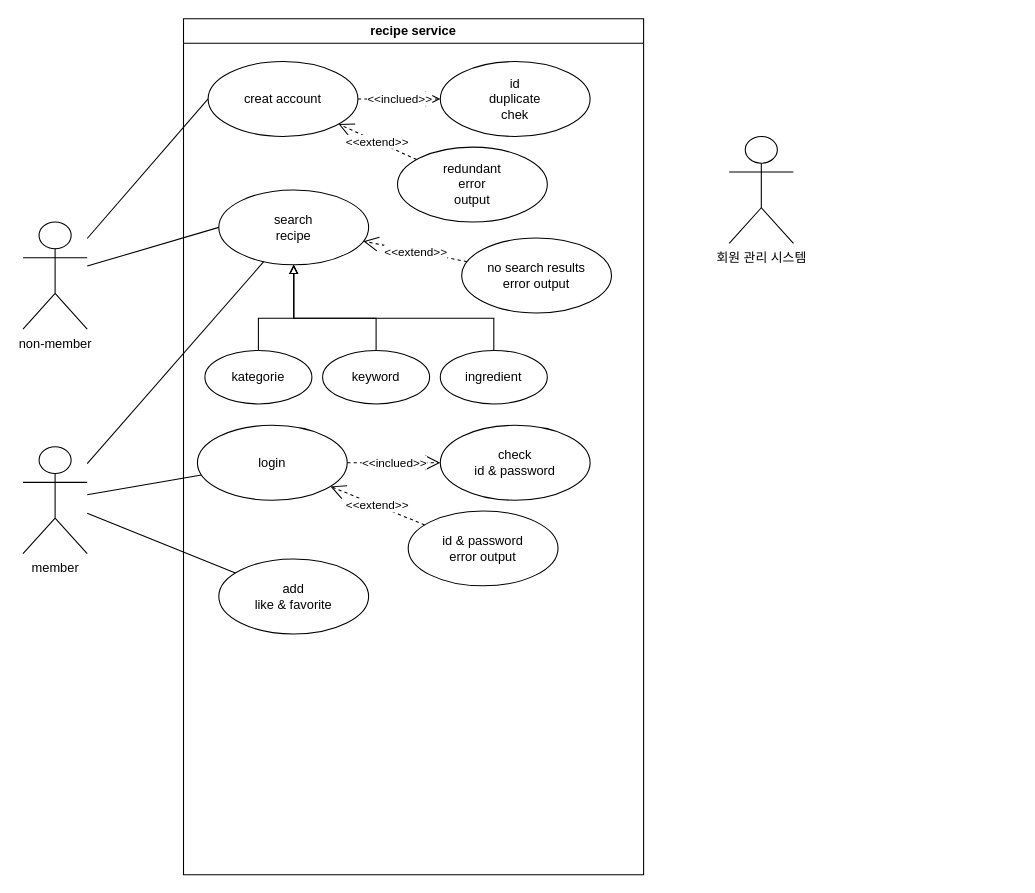
The draw.io diagram sw1.drawio in sunmoon-food-recipe/food-recipe, before the edit. Source tidied: cells renumbered, new cells numbered last; positions are measured from the earlier drawing's top-left corner, leaving out a move shared by most shapes. Both pictures are drawn from the tidied source at 107%, with x=0, y=0 at pixel (22, 18).
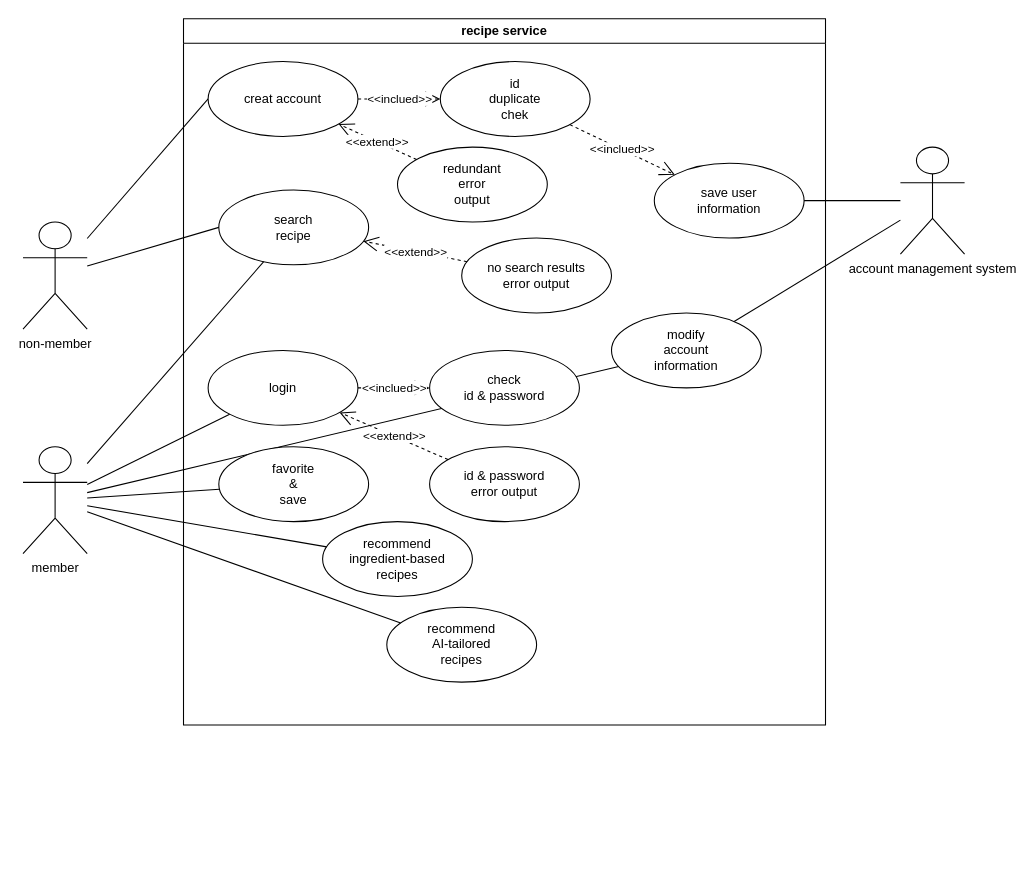
The same diagram, later.

Unchanged cells that the change refers to:
```xml
<mxCell id="6" value="id&lt;br&gt;duplicate&lt;br&gt;chek" style="ellipse;whiteSpace=wrap;html=1;" parent="4" vertex="1">
  <mxGeometry x="240" y="40" width="140" height="70" as="geometry" />
</mxCell>
<mxCell id="13" value="search&lt;div&gt;recipe&lt;/div&gt;" style="ellipse;whiteSpace=wrap;html=1;" parent="4" vertex="1">
  <mxGeometry x="33" y="160" width="140" height="70" as="geometry" />
</mxCell>
<mxCell id="27" value="member" style="shape=umlActor;verticalLabelPosition=bottom;verticalAlign=top;html=1;" parent="1" vertex="1">
  <mxGeometry y="400" width="60" height="100" as="geometry" />
</mxCell>
```

The edit, as a diff of the source:
```diff
@@
+    <mxCell id="31" style="endArrow=none;html=1;rounded=0;" parent="1" edge="1" source="27" target="36">
+      <mxGeometry relative="1" as="geometry" />
+    </mxCell>
@@
     <mxCell id="4" value="recipe service" style="swimlane;whiteSpace=wrap;html=1;startSize=23;" parent="1" vertex="1">
-      <mxGeometry x="150" width="430" height="800" as="geometry" />
+      <mxGeometry x="150" width="600" height="660" as="geometry" />
     </mxCell>
@@
     <mxCell id="10" value="login" style="ellipse;whiteSpace=wrap;html=1;" parent="4" vertex="1">
-      <mxGeometry x="13" y="380" width="140" height="70" as="geometry" />
+      <mxGeometry x="23" y="310" width="140" height="70" as="geometry" />
     </mxCell>
     <mxCell id="11" value="check&lt;br&gt;id &amp;amp; password" style="ellipse;whiteSpace=wrap;html=1;" parent="4" vertex="1">
-      <mxGeometry x="240" y="380" width="140" height="70" as="geometry" />
+      <mxGeometry x="230" y="310" width="140" height="70" as="geometry" />
     </mxCell>
@@
     <mxCell id="14" value="id &amp;amp; password&lt;br&gt;error output" style="ellipse;whiteSpace=wrap;html=1;" parent="4" vertex="1">
-      <mxGeometry x="210" y="460" width="140" height="70" as="geometry" />
+      <mxGeometry x="230" y="400" width="140" height="70" as="geometry" />
     </mxCell>
@@
-    <mxCell id="18" style="edgeStyle=orthogonalEdgeStyle;rounded=0;jettySize=auto;html=1;endArrow=block;endFill=0;" parent="4" edge="1" source="19" target="13">
-      <mxGeometry relative="1" as="geometry">
-        <Array as="points">
-          <mxPoint x="70" y="280" />
-          <mxPoint x="103" y="280" />
-        </Array>
-      </mxGeometry>
-    </mxCell>
-    <mxCell id="19" value="kategorie" style="ellipse;whiteSpace=wrap;html=1;" parent="4" vertex="1">
-      <mxGeometry x="20" y="310" width="100" height="50" as="geometry" />
-    </mxCell>
-    <mxCell id="20" style="edgeStyle=orthogonalEdgeStyle;rounded=0;jettySize=auto;html=1;endArrow=block;endFill=0;" parent="4" edge="1" source="21" target="13">
-      <mxGeometry relative="1" as="geometry">
-        <Array as="points">
-          <mxPoint x="290" y="280" />
-          <mxPoint x="103" y="280" />
-        </Array>
-      </mxGeometry>
-    </mxCell>
-    <mxCell id="21" value="ingredient" style="ellipse;whiteSpace=wrap;html=1;" parent="4" vertex="1">
-      <mxGeometry x="240" y="310" width="100" height="50" as="geometry" />
-    </mxCell>
-    <mxCell id="22" style="edgeStyle=orthogonalEdgeStyle;rounded=0;jettySize=auto;html=1;endArrow=block;endFill=0;" parent="4" edge="1" source="23" target="13">
-      <mxGeometry relative="1" as="geometry">
-        <Array as="points">
-          <mxPoint x="180" y="280" />
-          <mxPoint x="103" y="280" />
-        </Array>
-      </mxGeometry>
-    </mxCell>
-    <mxCell id="23" value="keyword" style="ellipse;whiteSpace=wrap;html=1;" parent="4" vertex="1">
-      <mxGeometry x="130" y="310" width="100" height="50" as="geometry" />
-    </mxCell>
-    <mxCell id="24" value="add&lt;br&gt;like &amp;amp; favorite" style="ellipse;whiteSpace=wrap;html=1;" parent="4" vertex="1">
-      <mxGeometry x="33" y="505" width="140" height="70" as="geometry" />
+    <mxCell id="24" value="favorite&lt;br&gt;&amp;amp;&lt;br&gt;save" style="ellipse;whiteSpace=wrap;html=1;" parent="4" vertex="1">
+      <mxGeometry x="33" y="400" width="140" height="70" as="geometry" />
     </mxCell>
+    <mxCell id="32" value="recommend&lt;br&gt;ingredient-based&lt;br&gt;recipes" style="ellipse;whiteSpace=wrap;html=1;" parent="4" vertex="1">
+      <mxGeometry x="130" y="470" width="140" height="70" as="geometry" />
+    </mxCell>
+    <mxCell id="33" value="recommend&lt;br&gt;AI-tailored&lt;br&gt;recipes" style="ellipse;whiteSpace=wrap;html=1;" parent="4" vertex="1">
+      <mxGeometry x="190" y="550" width="140" height="70" as="geometry" />
+    </mxCell>
+    <mxCell id="34" value="save user&lt;br&gt;&lt;div&gt;information&lt;/div&gt;" style="ellipse;whiteSpace=wrap;html=1;" parent="4" vertex="1">
+      <mxGeometry x="440" y="135" width="140" height="70" as="geometry" />
+    </mxCell>
+    <mxCell id="35" value="&amp;lt;&amp;lt;inclued&amp;gt;&amp;gt;" style="endArrow=open;endSize=12;dashed=1;html=1;rounded=0;" parent="4" edge="1" source="6" target="34">
+      <mxGeometry relative="1" as="geometry" />
+    </mxCell>
+    <mxCell id="36" value="modify&lt;br&gt;account&lt;br&gt;information" style="ellipse;whiteSpace=wrap;html=1;" parent="4" vertex="1">
+      <mxGeometry x="400" y="275" width="140" height="70" as="geometry" />
+    </mxCell>
-    <mxCell id="25" value="회원 관리 시스템" style="shape=umlActor;verticalLabelPosition=bottom;verticalAlign=top;html=1;" parent="1" vertex="1">
-      <mxGeometry x="660" y="110" width="60" height="100" as="geometry" />
+    <mxCell id="25" value="account management system" style="shape=umlActor;verticalLabelPosition=bottom;verticalAlign=top;html=1;" parent="1" vertex="1">
+      <mxGeometry x="820" y="120" width="60" height="100" as="geometry" />
     </mxCell>
@@
+    <mxCell id="37" style="endArrow=none;html=1;rounded=0;" parent="1" edge="1" source="27" target="32">
+      <mxGeometry relative="1" as="geometry" />
+    </mxCell>
+    <mxCell id="38" style="endArrow=none;html=1;rounded=0;" parent="1" edge="1" source="27" target="33">
+      <mxGeometry relative="1" as="geometry" />
+    </mxCell>
+    <mxCell id="39" style="endArrow=none;html=1;rounded=0;" parent="1" edge="1" source="34" target="25">
+      <mxGeometry relative="1" as="geometry" />
+    </mxCell>
+    <mxCell id="40" style="endArrow=none;html=1;rounded=0;" parent="1" edge="1" source="36" target="25">
+      <mxGeometry relative="1" as="geometry" />
+    </mxCell>
```
